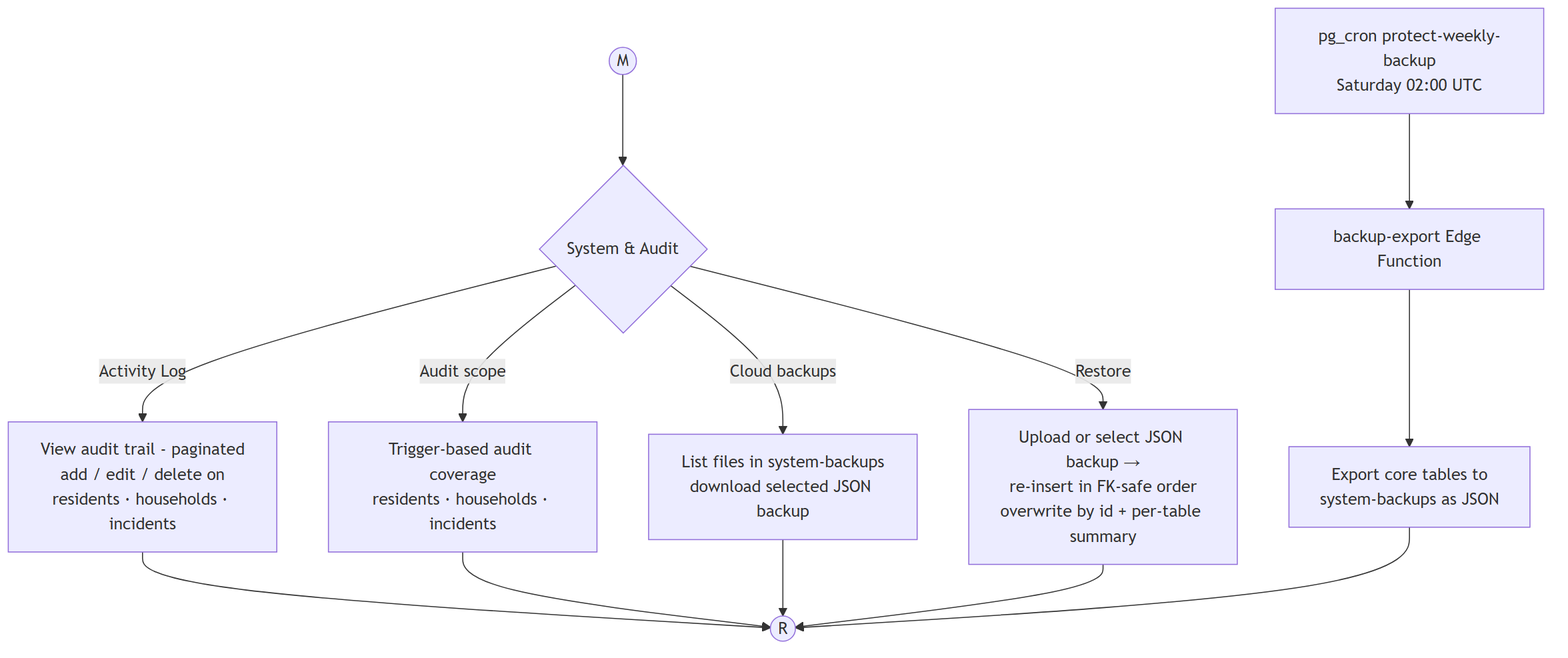
Above: diagrams/modules/system_audit.png in KellyEspera/protect (Mermaid), before the change. Its source is kept beside it as diagrams/modules/system_audit.mmd.
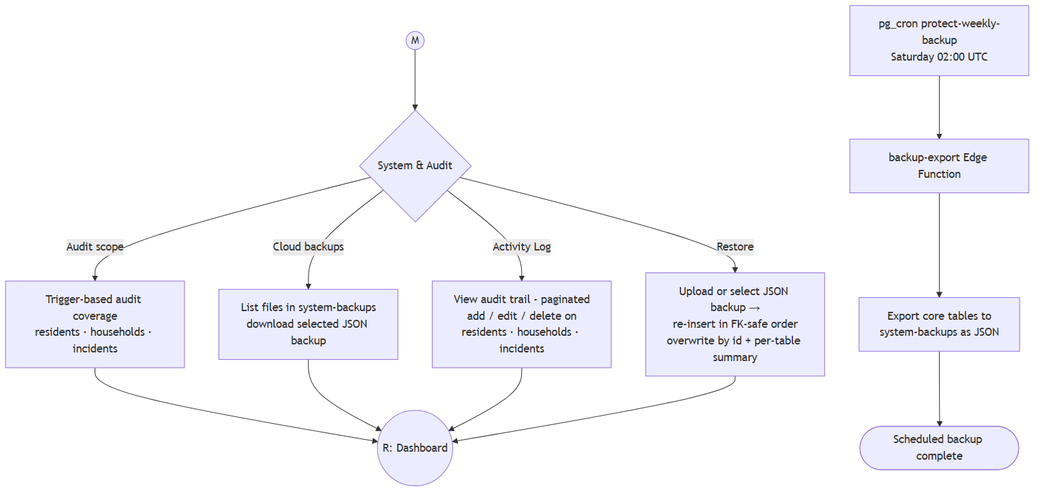
After the commit.

The edit, as a diff of the source:
```diff
@@ -6,8 +6,8 @@
     Tool -- Restore --> Restore[Upload or select JSON backup →<br/>re-insert in FK-safe order<br/>overwrite by id + per-table summary]
     Cron[pg_cron protect-weekly-backup<br/>Saturday 02:00 UTC] --> Export[backup-export Edge Function]
     Export --> Auto[Export core tables to<br/>system-backups as JSON]
-    Scope --> R((R))
-    Cloud --> R((R))
-    Auto --> R((R))
-    Audit --> R((R))
-    Restore --> R((R))
+    Scope --> R((R: Dashboard))
+    Cloud --> R
+    Auto --> JobDone([Scheduled backup complete])
+    Audit --> R
+    Restore --> R
```
